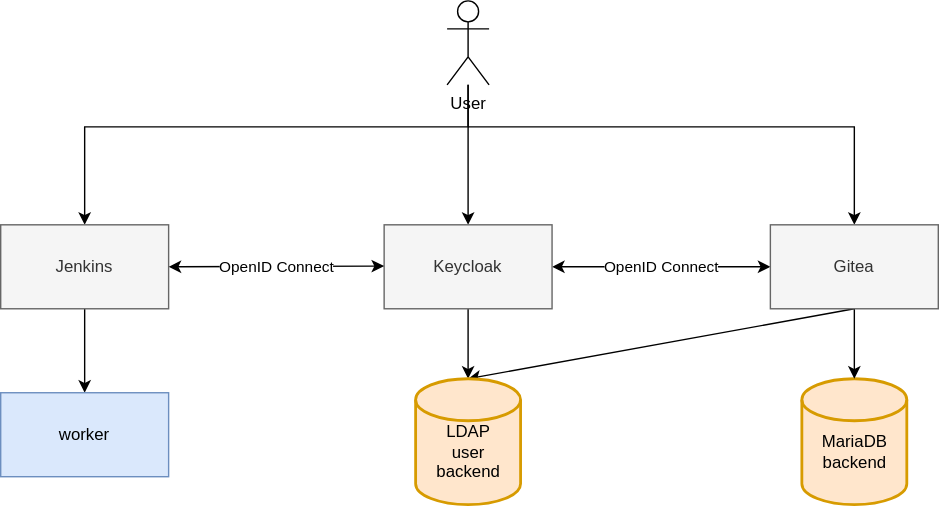
This is images/architecture.svg from tropicalwave/autojenkins, a draw.io export, as it was before one commit. Source tidied: cells renumbered, new cells last; positions are measured from the earlier drawing's top-left corner, leaving out a move shared by most shapes. Its diagram source:
```xml
<mxGraphModel>
  <root>
    <mxCell id="0" />
    <mxCell id="1" parent="0" />
    <mxCell id="2" style="edgeStyle=orthogonalEdgeStyle;rounded=0;jettySize=auto;html=1;entryX=0.5;entryY=0;entryDx=0;entryDy=0;" parent="1" edge="1" source="5" target="12">
      <mxGeometry relative="1" as="geometry">
        <Array as="points">
          <mxPoint x="334" y="90" />
          <mxPoint x="60" y="90" />
        </Array>
      </mxGeometry>
    </mxCell>
    <mxCell id="3" style="edgeStyle=orthogonalEdgeStyle;rounded=0;jettySize=auto;html=1;" parent="1" edge="1" source="5" target="14">
      <mxGeometry relative="1" as="geometry" />
    </mxCell>
    <mxCell id="4" style="edgeStyle=orthogonalEdgeStyle;rounded=0;jettySize=auto;html=1;entryX=0.5;entryY=0;entryDx=0;entryDy=0;" parent="1" edge="1" target="10">
      <mxGeometry relative="1" as="geometry">
        <mxPoint x="334" y="90" as="sourcePoint" />
        <Array as="points">
          <mxPoint x="610" y="90" />
        </Array>
      </mxGeometry>
    </mxCell>
    <mxCell id="5" value="User" style="shape=umlActor;verticalLabelPosition=bottom;verticalAlign=top;html=1;outlineConnect=0;" parent="1" vertex="1">
      <mxGeometry x="319" width="30" height="60" as="geometry" />
    </mxCell>
    <mxCell id="6" value="&lt;br&gt;&lt;div&gt;MariaDB backend&lt;/div&gt;" style="strokeWidth=2;html=1;shape=mxgraph.flowchart.database;whiteSpace=wrap;fillColor=#ffe6cc;strokeColor=#d79b00;" parent="1" vertex="1">
      <mxGeometry x="572.5" y="270" width="75" height="90" as="geometry" />
    </mxCell>
    <mxCell id="7" style="edgeStyle=orthogonalEdgeStyle;rounded=0;jettySize=auto;html=1;exitX=0.5;exitY=1;exitDx=0;exitDy=0;entryX=0.5;entryY=0;entryDx=0;entryDy=0;entryPerimeter=0;" parent="1" edge="1" source="10" target="6">
      <mxGeometry relative="1" as="geometry" />
    </mxCell>
    <mxCell id="8" style="rounded=0;jettySize=auto;html=1;exitX=0.5;exitY=1;exitDx=0;exitDy=0;entryX=0.5;entryY=0;entryDx=0;entryDy=0;entryPerimeter=0;jumpStyle=none;" parent="1" edge="1" source="10" target="16">
      <mxGeometry relative="1" as="geometry" />
    </mxCell>
    <mxCell id="9" value="OpenID Connect" style="edgeStyle=none;rounded=0;jumpStyle=none;jettySize=auto;html=1;entryX=1;entryY=0.5;entryDx=0;entryDy=0;startArrow=classic;startFill=1;" parent="1" edge="1" source="10" target="14">
      <mxGeometry relative="1" as="geometry" />
    </mxCell>
    <mxCell id="10" value="&lt;div&gt;Gitea&lt;/div&gt;" style="rounded=0;whiteSpace=wrap;html=1;fillColor=#f5f5f5;strokeColor=#666666;fontColor=#333333;" parent="1" vertex="1">
      <mxGeometry x="550" y="160" width="120" height="60" as="geometry" />
    </mxCell>
    <mxCell id="11" style="edgeStyle=orthogonalEdgeStyle;rounded=0;jettySize=auto;html=1;exitX=0.5;exitY=1;exitDx=0;exitDy=0;entryX=0.5;entryY=0;entryDx=0;entryDy=0;" parent="1" edge="1" source="12" target="15">
      <mxGeometry relative="1" as="geometry" />
    </mxCell>
    <mxCell id="12" value="&lt;div&gt;Jenkins&lt;/div&gt;" style="rounded=0;whiteSpace=wrap;html=1;fillColor=#f5f5f5;strokeColor=#666666;fontColor=#333333;" parent="1" vertex="1">
      <mxGeometry y="160" width="120" height="60" as="geometry" />
    </mxCell>
    <mxCell id="13" style="edgeStyle=orthogonalEdgeStyle;rounded=0;jettySize=auto;html=1;exitX=0.5;exitY=1;exitDx=0;exitDy=0;entryX=0.5;entryY=0;entryDx=0;entryDy=0;entryPerimeter=0;" parent="1" edge="1" source="14" target="16">
      <mxGeometry relative="1" as="geometry" />
    </mxCell>
    <mxCell id="14" value="Keycloak" style="rounded=0;whiteSpace=wrap;html=1;fillColor=#f5f5f5;strokeColor=#666666;fontColor=#333333;" parent="1" vertex="1">
      <mxGeometry x="274" y="160" width="120" height="60" as="geometry" />
    </mxCell>
    <mxCell id="15" value="worker" style="rounded=0;whiteSpace=wrap;html=1;fillColor=#dae8fc;strokeColor=#6c8ebf;" parent="1" vertex="1">
      <mxGeometry y="280" width="120" height="60" as="geometry" />
    </mxCell>
    <mxCell id="16" value="&lt;br&gt;&lt;div&gt;LDAP&lt;/div&gt;&lt;div&gt;user&lt;br&gt;&lt;/div&gt;&lt;div&gt;backend&lt;/div&gt;" style="strokeWidth=2;html=1;shape=mxgraph.flowchart.database;whiteSpace=wrap;fillColor=#ffe6cc;strokeColor=#d79b00;" parent="1" vertex="1">
      <mxGeometry x="296.5" y="270" width="75" height="90" as="geometry" />
    </mxCell>
    <mxCell id="17" value="OpenID Connect" style="edgeStyle=none;rounded=0;jumpStyle=none;jettySize=auto;html=1;entryX=1;entryY=0.5;entryDx=0;entryDy=0;startArrow=classic;startFill=1;" parent="1" edge="1" target="12">
      <mxGeometry relative="1" as="geometry">
        <mxPoint x="274" y="189.5" as="sourcePoint" />
      </mxGeometry>
    </mxCell>
  </root>
</mxGraphModel>
```
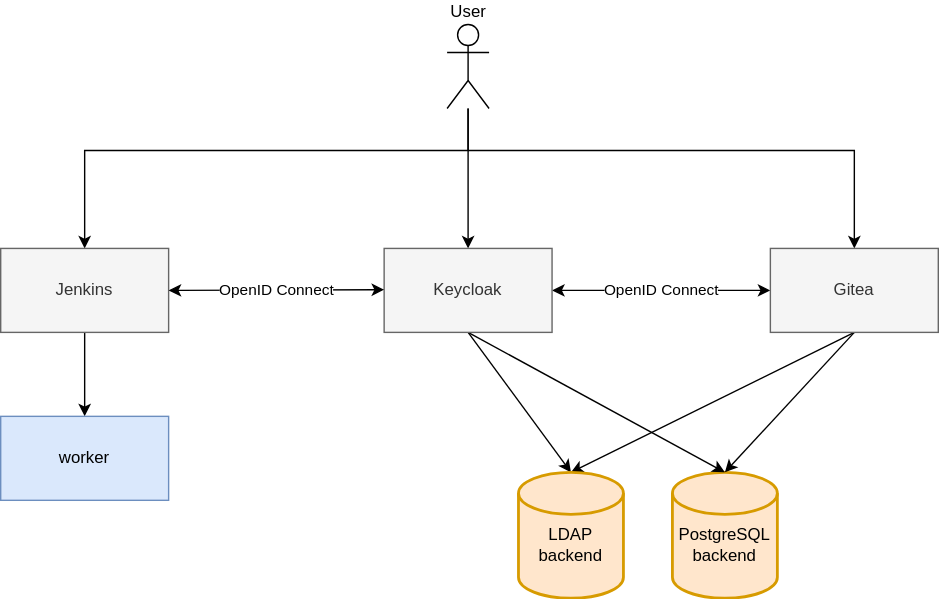
Later version of the same file.

Commit message:
use PostgreSQL as backend for Keycloak

Diff of the diagram source:
```diff
@@ -21,13 +21,13 @@
         </Array>
       </mxGeometry>
     </mxCell>
-    <mxCell id="5" value="User" style="shape=umlActor;verticalLabelPosition=bottom;verticalAlign=top;html=1;outlineConnect=0;" parent="1" vertex="1">
+    <mxCell id="5" value="User" style="shape=umlActor;verticalLabelPosition=top;verticalAlign=bottom;html=1;outlineConnect=0;labelPosition=center;align=center;" parent="1" vertex="1">
       <mxGeometry x="319" width="30" height="60" as="geometry" />
     </mxCell>
-    <mxCell id="6" value="&lt;br&gt;&lt;div&gt;MariaDB backend&lt;/div&gt;" style="strokeWidth=2;html=1;shape=mxgraph.flowchart.database;whiteSpace=wrap;fillColor=#ffe6cc;strokeColor=#d79b00;" parent="1" vertex="1">
-      <mxGeometry x="572.5" y="270" width="75" height="90" as="geometry" />
+    <mxCell id="6" value="&lt;br&gt;&lt;div&gt;PostgreSQL&lt;/div&gt;&lt;div&gt;backend&lt;/div&gt;" style="strokeWidth=2;html=1;shape=mxgraph.flowchart.database;whiteSpace=wrap;fillColor=#ffe6cc;strokeColor=#d79b00;" parent="1" vertex="1">
+      <mxGeometry x="480" y="320" width="75" height="90" as="geometry" />
     </mxCell>
-    <mxCell id="7" style="edgeStyle=orthogonalEdgeStyle;rounded=0;jettySize=auto;html=1;exitX=0.5;exitY=1;exitDx=0;exitDy=0;entryX=0.5;entryY=0;entryDx=0;entryDy=0;entryPerimeter=0;" parent="1" edge="1" source="10" target="6">
+    <mxCell id="7" style="rounded=0;jettySize=auto;html=1;exitX=0.5;exitY=1;exitDx=0;exitDy=0;entryX=0.5;entryY=0;entryDx=0;entryDy=0;entryPerimeter=0;" parent="1" edge="1" source="10" target="6">
       <mxGeometry relative="1" as="geometry" />
     </mxCell>
     <mxCell id="8" style="rounded=0;jettySize=auto;html=1;exitX=0.5;exitY=1;exitDx=0;exitDy=0;entryX=0.5;entryY=0;entryDx=0;entryDy=0;entryPerimeter=0;jumpStyle=none;" parent="1" edge="1" source="10" target="16">
@@ -45,17 +45,20 @@
     <mxCell id="12" value="&lt;div&gt;Jenkins&lt;/div&gt;" style="rounded=0;whiteSpace=wrap;html=1;fillColor=#f5f5f5;strokeColor=#666666;fontColor=#333333;" parent="1" vertex="1">
       <mxGeometry y="160" width="120" height="60" as="geometry" />
     </mxCell>
-    <mxCell id="13" style="edgeStyle=orthogonalEdgeStyle;rounded=0;jettySize=auto;html=1;exitX=0.5;exitY=1;exitDx=0;exitDy=0;entryX=0.5;entryY=0;entryDx=0;entryDy=0;entryPerimeter=0;" parent="1" edge="1" source="14" target="16">
+    <mxCell id="13" style="rounded=0;jettySize=auto;html=1;exitX=0.5;exitY=1;exitDx=0;exitDy=0;entryX=0.5;entryY=0;entryDx=0;entryDy=0;entryPerimeter=0;" parent="1" edge="1" source="14" target="16">
       <mxGeometry relative="1" as="geometry" />
     </mxCell>
+    <mxCell id="18" style="rounded=0;sketch=0;jettySize=auto;html=1;exitX=0.5;exitY=1;exitDx=0;exitDy=0;entryX=0.5;entryY=0;entryDx=0;entryDy=0;entryPerimeter=0;" parent="1" edge="1" source="14" target="6">
+      <mxGeometry relative="1" as="geometry" />
+    </mxCell>
     <mxCell id="14" value="Keycloak" style="rounded=0;whiteSpace=wrap;html=1;fillColor=#f5f5f5;strokeColor=#666666;fontColor=#333333;" parent="1" vertex="1">
       <mxGeometry x="274" y="160" width="120" height="60" as="geometry" />
     </mxCell>
     <mxCell id="15" value="worker" style="rounded=0;whiteSpace=wrap;html=1;fillColor=#dae8fc;strokeColor=#6c8ebf;" parent="1" vertex="1">
       <mxGeometry y="280" width="120" height="60" as="geometry" />
     </mxCell>
-    <mxCell id="16" value="&lt;br&gt;&lt;div&gt;LDAP&lt;/div&gt;&lt;div&gt;user&lt;br&gt;&lt;/div&gt;&lt;div&gt;backend&lt;/div&gt;" style="strokeWidth=2;html=1;shape=mxgraph.flowchart.database;whiteSpace=wrap;fillColor=#ffe6cc;strokeColor=#d79b00;" parent="1" vertex="1">
-      <mxGeometry x="296.5" y="270" width="75" height="90" as="geometry" />
+    <mxCell id="16" value="&lt;br&gt;&lt;div&gt;LDAP&lt;/div&gt;&lt;div&gt;backend&lt;/div&gt;" style="strokeWidth=2;html=1;shape=mxgraph.flowchart.database;whiteSpace=wrap;fillColor=#ffe6cc;strokeColor=#d79b00;" parent="1" vertex="1">
+      <mxGeometry x="370" y="320" width="75" height="90" as="geometry" />
     </mxCell>
     <mxCell id="17" value="OpenID Connect" style="edgeStyle=none;rounded=0;jumpStyle=none;jettySize=auto;html=1;entryX=1;entryY=0.5;entryDx=0;entryDy=0;startArrow=classic;startFill=1;" parent="1" edge="1" target="12">
       <mxGeometry relative="1" as="geometry">
```
